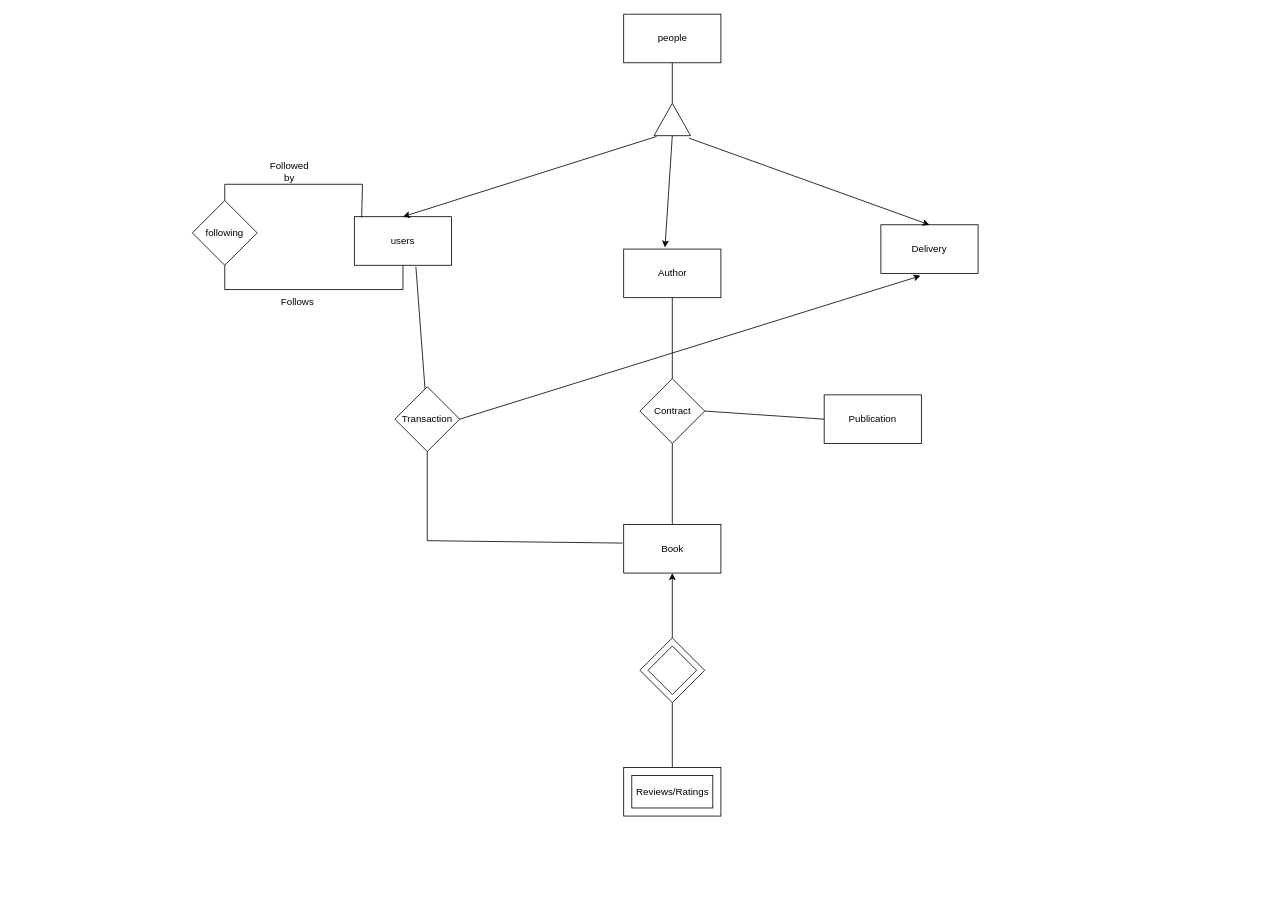
Before: Untitled Diagram.drawio in Asib27/BuyYourBook, a draw.io diagram. Source tidied: cells renumbered, new cells numbered last; positions are measured from the earlier drawing's top-left corner, leaving out a move shared by most shapes. Both pictures are drawn from the tidied source at 81%, with x=0, y=0 at pixel (192, 14).
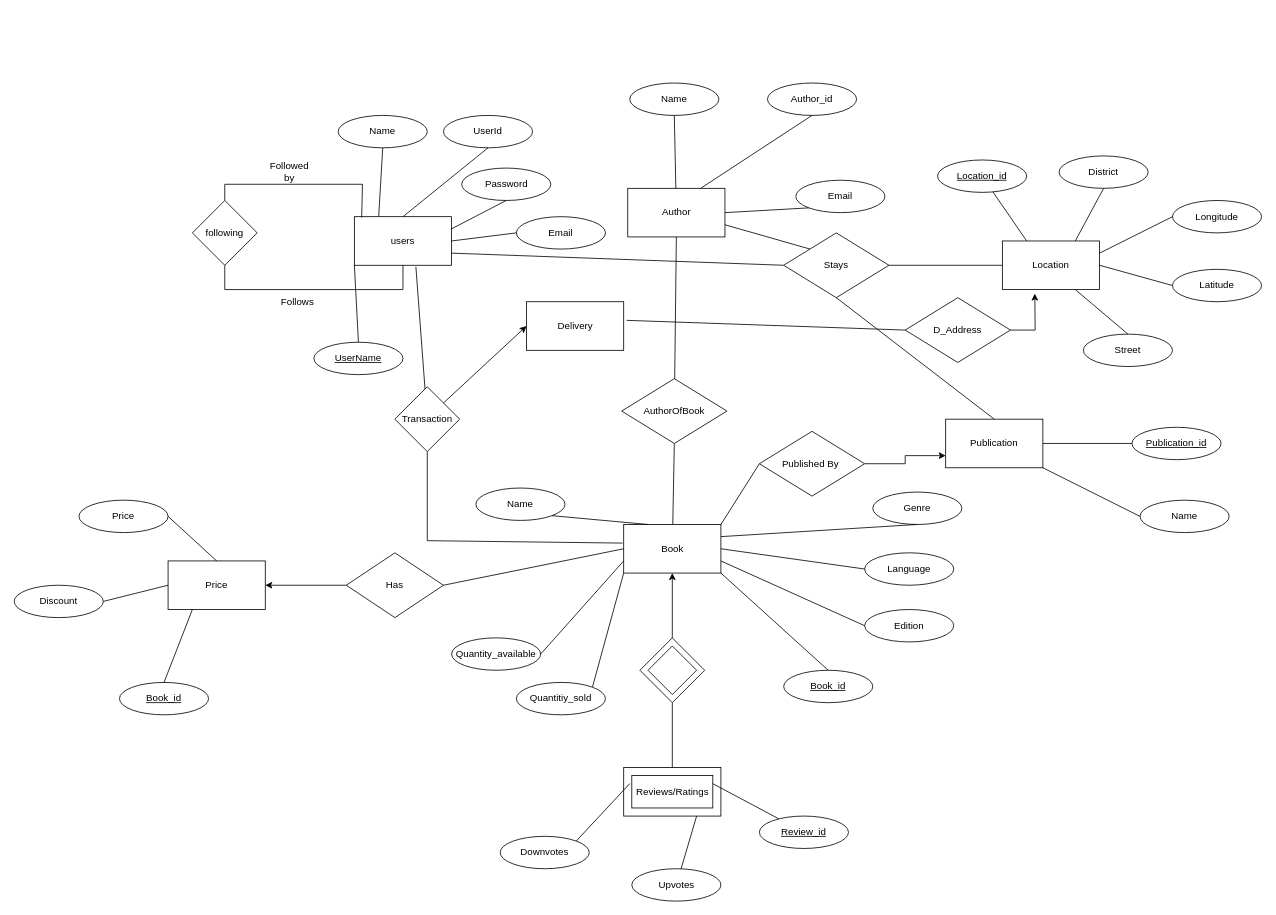
The same page after the edit.

The change refers to these unchanged cells:
```xml
<mxCell id="2" value="Book" style="rounded=0;whiteSpace=wrap;html=1;" parent="1" vertex="1">
  <mxGeometry x="532.5" y="630" width="120" height="60" as="geometry" />
</mxCell>
<mxCell id="6" value="users" style="rounded=0;whiteSpace=wrap;html=1;" parent="1" vertex="1">
  <mxGeometry x="200" y="250" width="120" height="60" as="geometry" />
</mxCell>
<mxCell id="24" value="Transaction" style="rhombus;whiteSpace=wrap;html=1;" parent="1" vertex="1">
  <mxGeometry x="250" y="460" width="80" height="80" as="geometry" />
</mxCell>
<mxCell id="30" style="rounded=0;whiteSpace=wrap;html=1;" parent="29" vertex="1">
  <mxGeometry width="120" height="60" as="geometry" />
</mxCell>
<mxCell id="31" value="Reviews/Ratings" style="rounded=0;whiteSpace=wrap;html=1;" parent="29" vertex="1">
  <mxGeometry x="10" y="10" width="100" height="40" as="geometry" />
</mxCell>
```

Diff of the diagram source:
```diff
@@
     <mxCell id="3" value="Publication" style="rounded=0;whiteSpace=wrap;html=1;" parent="1" vertex="1">
-      <mxGeometry x="780" y="470" width="120" height="60" as="geometry" />
+      <mxGeometry x="930" y="500" width="120" height="60" as="geometry" />
     </mxCell>
-    <mxCell id="4" value="people" style="rounded=0;whiteSpace=wrap;html=1;" parent="1" vertex="1">
-      <mxGeometry x="532.5" width="120" height="60" as="geometry" />
-    </mxCell>
-    <mxCell id="5" style="triangle;whiteSpace=wrap;html=1;direction=north;" parent="1" vertex="1">
-      <mxGeometry x="570" y="110" width="45" height="40" as="geometry" />
-    </mxCell>
@@
     <mxCell id="7" value="Author" style="rounded=0;whiteSpace=wrap;html=1;" parent="1" vertex="1">
-      <mxGeometry x="532.5" y="290" width="120" height="60" as="geometry" />
+      <mxGeometry x="537.5" y="215" width="120" height="60" as="geometry" />
     </mxCell>
     <mxCell id="8" value="Delivery" style="rounded=0;whiteSpace=wrap;html=1;" parent="1" vertex="1">
-      <mxGeometry x="850" y="260" width="120" height="60" as="geometry" />
+      <mxGeometry x="412.5" y="355" width="120" height="60" as="geometry" />
     </mxCell>
-    <mxCell id="9" style="endArrow=none;html=1;rounded=0;entryX=0.5;entryY=1;entryDx=0;entryDy=0;exitX=1;exitY=0.5;exitDx=0;exitDy=0;" parent="1" edge="1" source="5" target="4">
-      <mxGeometry relative="1" as="geometry" />
-    </mxCell>
-    <mxCell id="10" style="endArrow=classic;html=1;rounded=0;exitX=-0.025;exitY=0.067;exitDx=0;exitDy=0;exitPerimeter=0;entryX=0.5;entryY=0;entryDx=0;entryDy=0;" parent="1" edge="1" source="5" target="6">
-      <mxGeometry relative="1" as="geometry" />
-    </mxCell>
-    <mxCell id="11" style="endArrow=classic;html=1;rounded=0;exitX=0;exitY=0.5;exitDx=0;exitDy=0;entryX=0.425;entryY=-0.033;entryDx=0;entryDy=0;entryPerimeter=0;" parent="1" edge="1" source="5" target="7">
-      <mxGeometry relative="1" as="geometry" />
-    </mxCell>
-    <mxCell id="12" style="endArrow=classic;html=1;rounded=0;entryX=0.5;entryY=0;entryDx=0;entryDy=0;exitX=-0.075;exitY=0.956;exitDx=0;exitDy=0;exitPerimeter=0;" parent="1" edge="1" source="5" target="8">
-      <mxGeometry relative="1" as="geometry" />
-    </mxCell>
-    <mxCell id="13" value="Contract" style="rhombus;whiteSpace=wrap;html=1;" parent="1" vertex="1">
-      <mxGeometry x="552.5" y="450" width="80" height="80" as="geometry" />
+    <mxCell id="13" value="AuthorOfBook" style="rhombus;whiteSpace=wrap;html=1;" parent="1" vertex="1">
+      <mxGeometry x="530" y="450" width="130" height="80" as="geometry" />
     </mxCell>
@@
-    <mxCell id="15" style="endArrow=none;html=1;rounded=0;entryX=0;entryY=0.5;entryDx=0;entryDy=0;exitX=1;exitY=0.5;exitDx=0;exitDy=0;" parent="1" edge="1" source="13" target="3">
-      <mxGeometry relative="1" as="geometry" />
-    </mxCell>
@@
-    <mxCell id="28" style="endArrow=classic;html=1;rounded=0;entryX=0.408;entryY=1.05;entryDx=0;entryDy=0;entryPerimeter=0;exitX=1;exitY=0.5;exitDx=0;exitDy=0;" parent="1" edge="1" source="24" target="8">
+    <mxCell id="28" style="endArrow=classic;html=1;rounded=0;entryX=0;entryY=0.5;entryDx=0;entryDy=0;exitX=1;exitY=0;exitDx=0;exitDy=0;" parent="1" edge="1" source="24" target="8">
       <mxGeometry relative="1" as="geometry" />
     </mxCell>
@@
+    <mxCell id="37" value="Name" style="ellipse;whiteSpace=wrap;html=1;" parent="1" vertex="1">
+      <mxGeometry x="1170" y="600" width="110" height="40" as="geometry" />
+    </mxCell>
+    <mxCell id="38" value="&lt;u&gt;Publication_id&lt;/u&gt;" style="ellipse;whiteSpace=wrap;html=1;" parent="1" vertex="1">
+      <mxGeometry x="1160" y="510" width="110" height="40" as="geometry" />
+    </mxCell>
+    <mxCell id="39" value="Genre" style="ellipse;whiteSpace=wrap;html=1;" parent="1" vertex="1">
+      <mxGeometry x="840" y="590" width="110" height="40" as="geometry" />
+    </mxCell>
+    <mxCell id="40" value="Name" style="ellipse;whiteSpace=wrap;html=1;" parent="1" vertex="1">
+      <mxGeometry x="350" y="585" width="110" height="40" as="geometry" />
+    </mxCell>
+    <mxCell id="41" value="Quantitiy_sold" style="ellipse;whiteSpace=wrap;html=1;" parent="1" vertex="1">
+      <mxGeometry x="400" y="825" width="110" height="40" as="geometry" />
+    </mxCell>
+    <mxCell id="42" value="Edition" style="ellipse;whiteSpace=wrap;html=1;" parent="1" vertex="1">
+      <mxGeometry x="830" y="735" width="110" height="40" as="geometry" />
+    </mxCell>
+    <mxCell id="43" value="Quantity_available" style="ellipse;whiteSpace=wrap;html=1;" parent="1" vertex="1">
+      <mxGeometry x="320" y="770" width="110" height="40" as="geometry" />
+    </mxCell>
+    <mxCell id="44" value="Language" style="ellipse;whiteSpace=wrap;html=1;" parent="1" vertex="1">
+      <mxGeometry x="830" y="665" width="110" height="40" as="geometry" />
+    </mxCell>
+    <mxCell id="45" value="&lt;u&gt;Book_id&lt;/u&gt;" style="ellipse;whiteSpace=wrap;html=1;" parent="1" vertex="1">
+      <mxGeometry x="730" y="810" width="110" height="40" as="geometry" />
+    </mxCell>
+    <mxCell id="46" style="endArrow=none;html=1;rounded=0;exitX=1;exitY=1;exitDx=0;exitDy=0;entryX=0;entryY=0.5;entryDx=0;entryDy=0;" parent="1" edge="1" source="3" target="37">
+      <mxGeometry relative="1" as="geometry" />
+    </mxCell>
+    <mxCell id="47" style="endArrow=none;html=1;rounded=0;exitX=1;exitY=0.5;exitDx=0;exitDy=0;entryX=0;entryY=0.5;entryDx=0;entryDy=0;" parent="1" edge="1" source="3" target="38">
+      <mxGeometry relative="1" as="geometry" />
+    </mxCell>
+    <mxCell id="48" style="endArrow=none;html=1;rounded=0;exitX=1;exitY=0.25;exitDx=0;exitDy=0;entryX=0.5;entryY=1;entryDx=0;entryDy=0;" parent="1" edge="1" source="2" target="39">
+      <mxGeometry relative="1" as="geometry" />
+    </mxCell>
+    <mxCell id="49" style="endArrow=none;html=1;rounded=0;entryX=0;entryY=0.5;entryDx=0;entryDy=0;exitX=1;exitY=0.75;exitDx=0;exitDy=0;" parent="1" edge="1" source="2" target="42">
+      <mxGeometry relative="1" as="geometry" />
+    </mxCell>
+    <mxCell id="50" style="endArrow=none;html=1;rounded=0;exitX=1;exitY=0.5;exitDx=0;exitDy=0;entryX=0;entryY=0.5;entryDx=0;entryDy=0;" parent="1" edge="1" source="2" target="44">
+      <mxGeometry relative="1" as="geometry" />
+    </mxCell>
+    <mxCell id="51" style="endArrow=none;html=1;rounded=0;exitX=0.5;exitY=0;exitDx=0;exitDy=0;entryX=1;entryY=1;entryDx=0;entryDy=0;" parent="1" edge="1" source="45" target="2">
+      <mxGeometry relative="1" as="geometry" />
+    </mxCell>
+    <mxCell id="52" style="endArrow=none;html=1;rounded=0;entryX=0.25;entryY=0;entryDx=0;entryDy=0;exitX=1;exitY=1;exitDx=0;exitDy=0;" parent="1" edge="1" source="40" target="2">
+      <mxGeometry relative="1" as="geometry" />
+    </mxCell>
+    <mxCell id="53" style="endArrow=none;html=1;rounded=0;entryX=0;entryY=1;entryDx=0;entryDy=0;exitX=1;exitY=0;exitDx=0;exitDy=0;" parent="1" edge="1" source="41" target="2">
+      <mxGeometry relative="1" as="geometry" />
+    </mxCell>
+    <mxCell id="54" style="endArrow=none;html=1;rounded=0;exitX=1;exitY=0.5;exitDx=0;exitDy=0;entryX=0;entryY=0.75;entryDx=0;entryDy=0;" parent="1" edge="1" source="43" target="2">
+      <mxGeometry relative="1" as="geometry" />
+    </mxCell>
+    <mxCell id="55" value="Email" style="ellipse;whiteSpace=wrap;html=1;" parent="1" vertex="1">
+      <mxGeometry x="745" y="205" width="110" height="40" as="geometry" />
+    </mxCell>
+    <mxCell id="56" value="Email" style="ellipse;whiteSpace=wrap;html=1;" parent="1" vertex="1">
+      <mxGeometry x="400" y="250" width="110" height="40" as="geometry" />
+    </mxCell>
+    <mxCell id="57" value="Name" style="ellipse;whiteSpace=wrap;html=1;" parent="1" vertex="1">
+      <mxGeometry x="540" y="85" width="110" height="40" as="geometry" />
+    </mxCell>
+    <mxCell id="58" value="Author_id" style="ellipse;whiteSpace=wrap;html=1;" parent="1" vertex="1">
+      <mxGeometry x="710" y="85" width="110" height="40" as="geometry" />
+    </mxCell>
+    <mxCell id="59" value="&lt;u&gt;UserName&lt;/u&gt;" style="ellipse;whiteSpace=wrap;html=1;" parent="1" vertex="1">
+      <mxGeometry x="150" y="405" width="110" height="40" as="geometry" />
+    </mxCell>
+    <mxCell id="60" value="Password" style="ellipse;whiteSpace=wrap;html=1;" parent="1" vertex="1">
+      <mxGeometry x="332.5" y="190" width="110" height="40" as="geometry" />
+    </mxCell>
+    <mxCell id="61" value="Name" style="ellipse;whiteSpace=wrap;html=1;" parent="1" vertex="1">
+      <mxGeometry x="180" y="125" width="110" height="40" as="geometry" />
+    </mxCell>
+    <mxCell id="62" value="UserId" style="ellipse;whiteSpace=wrap;html=1;" parent="1" vertex="1">
+      <mxGeometry x="310" y="125" width="110" height="40" as="geometry" />
+    </mxCell>
+    <mxCell id="63" style="endArrow=none;html=1;rounded=0;exitX=0.5;exitY=0;exitDx=0;exitDy=0;entryX=0;entryY=1;entryDx=0;entryDy=0;" parent="1" edge="1" source="59" target="6">
+      <mxGeometry relative="1" as="geometry" />
+    </mxCell>
+    <mxCell id="64" style="endArrow=none;html=1;rounded=0;exitX=1;exitY=0.25;exitDx=0;exitDy=0;entryX=0.5;entryY=1;entryDx=0;entryDy=0;" parent="1" edge="1" source="6" target="60">
+      <mxGeometry relative="1" as="geometry" />
+    </mxCell>
+    <mxCell id="65" style="endArrow=none;html=1;rounded=0;exitX=1;exitY=0.5;exitDx=0;exitDy=0;entryX=0;entryY=0.5;entryDx=0;entryDy=0;" parent="1" edge="1" source="6" target="56">
+      <mxGeometry relative="1" as="geometry" />
+    </mxCell>
+    <mxCell id="66" style="endArrow=none;html=1;rounded=0;exitX=0.5;exitY=0;exitDx=0;exitDy=0;entryX=0.5;entryY=1;entryDx=0;entryDy=0;" parent="1" edge="1" source="6" target="62">
+      <mxGeometry relative="1" as="geometry" />
+    </mxCell>
+    <mxCell id="67" style="endArrow=none;html=1;rounded=0;exitX=0.5;exitY=1;exitDx=0;exitDy=0;entryX=0.25;entryY=0;entryDx=0;entryDy=0;" parent="1" edge="1" source="61" target="6">
+      <mxGeometry relative="1" as="geometry" />
+    </mxCell>
+    <mxCell id="68" style="endArrow=none;html=1;rounded=0;exitX=0.75;exitY=0;exitDx=0;exitDy=0;entryX=0.5;entryY=1;entryDx=0;entryDy=0;" parent="1" edge="1" source="7" target="58">
+      <mxGeometry relative="1" as="geometry" />
+    </mxCell>
+    <mxCell id="69" style="endArrow=none;html=1;rounded=0;exitX=1;exitY=0.5;exitDx=0;exitDy=0;entryX=0;entryY=1;entryDx=0;entryDy=0;" parent="1" edge="1" source="7" target="55">
+      <mxGeometry relative="1" as="geometry" />
+    </mxCell>
+    <mxCell id="70" style="endArrow=none;html=1;rounded=0;entryX=0.5;entryY=1;entryDx=0;entryDy=0;" parent="1" edge="1" source="7" target="57">
+      <mxGeometry relative="1" as="geometry" />
+    </mxCell>
+    <mxCell id="71" value="Location" style="rounded=0;whiteSpace=wrap;html=1;" parent="1" vertex="1">
+      <mxGeometry x="1000" y="280" width="120" height="60" as="geometry" />
+    </mxCell>
+    <mxCell id="72" value="Street" style="ellipse;whiteSpace=wrap;html=1;" parent="1" vertex="1">
+      <mxGeometry x="1100" y="395" width="110" height="40" as="geometry" />
+    </mxCell>
+    <mxCell id="73" value="Latitude" style="ellipse;whiteSpace=wrap;html=1;" parent="1" vertex="1">
+      <mxGeometry x="1210" y="315" width="110" height="40" as="geometry" />
+    </mxCell>
+    <mxCell id="74" value="Longitude" style="ellipse;whiteSpace=wrap;html=1;" parent="1" vertex="1">
+      <mxGeometry x="1210" y="230" width="110" height="40" as="geometry" />
+    </mxCell>
+    <mxCell id="75" value="District" style="ellipse;whiteSpace=wrap;html=1;" parent="1" vertex="1">
+      <mxGeometry x="1070" y="175" width="110" height="40" as="geometry" />
+    </mxCell>
+    <mxCell id="76" value="&lt;u&gt;Location_id&lt;/u&gt;" style="ellipse;whiteSpace=wrap;html=1;" parent="1" vertex="1">
+      <mxGeometry x="920" y="180" width="110" height="40" as="geometry" />
+    </mxCell>
+    <mxCell id="77" style="endArrow=none;html=1;rounded=0;exitX=0.75;exitY=0;exitDx=0;exitDy=0;entryX=0.5;entryY=1;entryDx=0;entryDy=0;" parent="1" edge="1" source="71" target="75">
+      <mxGeometry relative="1" as="geometry" />
+    </mxCell>
+    <mxCell id="78" style="endArrow=none;html=1;rounded=0;exitX=1;exitY=0.25;exitDx=0;exitDy=0;entryX=0;entryY=0.5;entryDx=0;entryDy=0;" parent="1" edge="1" source="71" target="74">
+      <mxGeometry relative="1" as="geometry" />
+    </mxCell>
+    <mxCell id="79" style="endArrow=none;html=1;rounded=0;exitX=1;exitY=0.5;exitDx=0;exitDy=0;entryX=0;entryY=0.5;entryDx=0;entryDy=0;" parent="1" edge="1" source="71" target="73">
+      <mxGeometry relative="1" as="geometry" />
+    </mxCell>
+    <mxCell id="80" style="endArrow=none;html=1;rounded=0;exitX=0.75;exitY=1;exitDx=0;exitDy=0;entryX=0.5;entryY=0;entryDx=0;entryDy=0;" parent="1" edge="1" source="71" target="72">
+      <mxGeometry relative="1" as="geometry" />
+    </mxCell>
+    <mxCell id="81" style="endArrow=none;html=1;rounded=0;entryX=0.25;entryY=0;entryDx=0;entryDy=0;" parent="1" edge="1" source="76" target="71">
+      <mxGeometry relative="1" as="geometry" />
+    </mxCell>
+    <mxCell id="82" value="&lt;u&gt;Review_id&lt;/u&gt;" style="ellipse;whiteSpace=wrap;html=1;" parent="1" vertex="1">
+      <mxGeometry x="700" y="990" width="110" height="40" as="geometry" />
+    </mxCell>
+    <mxCell id="83" value="Downvotes" style="ellipse;whiteSpace=wrap;html=1;" parent="1" vertex="1">
+      <mxGeometry x="380" y="1015" width="110" height="40" as="geometry" />
+    </mxCell>
+    <mxCell id="84" value="Upvotes" style="ellipse;whiteSpace=wrap;html=1;" parent="1" vertex="1">
+      <mxGeometry x="542.5" y="1055" width="110" height="40" as="geometry" />
+    </mxCell>
+    <mxCell id="85" style="edgeStyle=orthogonalEdgeStyle;rounded=0;jettySize=auto;html=1;exitX=0;exitY=0.5;exitDx=0;exitDy=0;entryX=0;entryY=0.75;entryDx=0;entryDy=0;" parent="1" edge="1" source="86" target="3">
+      <mxGeometry relative="1" as="geometry" />
+    </mxCell>
+    <mxCell id="86" value="Published By&amp;nbsp;" style="rhombus;whiteSpace=wrap;html=1;direction=west;" parent="1" vertex="1">
+      <mxGeometry x="700" y="515" width="130" height="80" as="geometry" />
+    </mxCell>
+    <mxCell id="87" style="endArrow=none;html=1;rounded=0;entryX=1;entryY=0.5;entryDx=0;entryDy=0;exitX=1;exitY=0;exitDx=0;exitDy=0;" parent="1" edge="1" source="2" target="86">
+      <mxGeometry relative="1" as="geometry" />
+    </mxCell>
+    <mxCell id="88" style="endArrow=none;html=1;rounded=0;entryX=1;entryY=0.25;entryDx=0;entryDy=0;" parent="1" edge="1" source="82" target="31">
+      <mxGeometry relative="1" as="geometry" />
+    </mxCell>
+    <mxCell id="89" style="endArrow=none;html=1;rounded=0;entryX=0.75;entryY=1;entryDx=0;entryDy=0;" parent="1" edge="1" source="84" target="30">
+      <mxGeometry relative="1" as="geometry" />
+    </mxCell>
+    <mxCell id="90" style="endArrow=none;html=1;rounded=0;entryX=0.063;entryY=0.331;entryDx=0;entryDy=0;entryPerimeter=0;exitX=1;exitY=0;exitDx=0;exitDy=0;" parent="1" edge="1" source="83" target="30">
+      <mxGeometry relative="1" as="geometry" />
+    </mxCell>
+    <mxCell id="91" value="Price" style="rounded=0;whiteSpace=wrap;html=1;" parent="1" vertex="1">
+      <mxGeometry x="-30" y="675" width="120" height="60" as="geometry" />
+    </mxCell>
+    <mxCell id="92" style="edgeStyle=orthogonalEdgeStyle;rounded=0;jettySize=auto;html=1;entryX=1;entryY=0.5;entryDx=0;entryDy=0;" parent="1" edge="1" source="93" target="91">
+      <mxGeometry relative="1" as="geometry" />
+    </mxCell>
+    <mxCell id="93" value="Has" style="rhombus;whiteSpace=wrap;html=1;direction=west;" parent="1" vertex="1">
+      <mxGeometry x="190" y="665" width="120" height="80" as="geometry" />
+    </mxCell>
+    <mxCell id="94" style="endArrow=none;html=1;rounded=0;entryX=0;entryY=0.5;entryDx=0;entryDy=0;exitX=0;exitY=0.5;exitDx=0;exitDy=0;" parent="1" edge="1" source="93" target="2">
+      <mxGeometry relative="1" as="geometry" />
+    </mxCell>
+    <mxCell id="95" value="&lt;u&gt;Book_id&lt;/u&gt;" style="ellipse;whiteSpace=wrap;html=1;" parent="1" vertex="1">
+      <mxGeometry x="-90" y="825" width="110" height="40" as="geometry" />
+    </mxCell>
+    <mxCell id="96" value="Price" style="ellipse;whiteSpace=wrap;html=1;" parent="1" vertex="1">
+      <mxGeometry x="-140" y="600" width="110" height="40" as="geometry" />
+    </mxCell>
+    <mxCell id="97" value="Discount" style="ellipse;whiteSpace=wrap;html=1;" parent="1" vertex="1">
+      <mxGeometry x="-220" y="705" width="110" height="40" as="geometry" />
+    </mxCell>
+    <mxCell id="98" style="endArrow=none;html=1;rounded=0;entryX=0.5;entryY=0;entryDx=0;entryDy=0;exitX=1;exitY=0.5;exitDx=0;exitDy=0;" parent="1" edge="1" source="96" target="91">
+      <mxGeometry relative="1" as="geometry" />
+    </mxCell>
+    <mxCell id="99" style="endArrow=none;html=1;rounded=0;entryX=0;entryY=0.5;entryDx=0;entryDy=0;exitX=1;exitY=0.5;exitDx=0;exitDy=0;exitPerimeter=0;" parent="1" edge="1" source="97" target="91">
+      <mxGeometry relative="1" as="geometry" />
+    </mxCell>
+    <mxCell id="100" style="endArrow=none;html=1;rounded=0;entryX=0.5;entryY=0;entryDx=0;entryDy=0;exitX=0.25;exitY=1;exitDx=0;exitDy=0;" parent="1" edge="1" source="91" target="95">
+      <mxGeometry relative="1" as="geometry" />
+    </mxCell>
+    <mxCell id="101" style="edgeStyle=orthogonalEdgeStyle;rounded=0;orthogonalLoop=1;jettySize=auto;html=1;exitX=1;exitY=0.5;exitDx=0;exitDy=0;entryX=1;entryY=0.5;entryDx=0;entryDy=0;" parent="1" edge="1" source="102" target="102">
+      <mxGeometry relative="1" as="geometry" />
+    </mxCell>
+    <mxCell id="102" value="Stays" style="rhombus;whiteSpace=wrap;html=1;" parent="1" vertex="1">
+      <mxGeometry x="730" y="270" width="130" height="80" as="geometry" />
+    </mxCell>
+    <mxCell id="103" style="endArrow=none;html=1;rounded=0;entryX=0;entryY=0.5;entryDx=0;entryDy=0;exitX=1;exitY=0.75;exitDx=0;exitDy=0;" parent="1" edge="1" source="6" target="102">
+      <mxGeometry relative="1" as="geometry" />
+    </mxCell>
+    <mxCell id="104" style="endArrow=none;html=1;rounded=0;entryX=0;entryY=0;entryDx=0;entryDy=0;exitX=1;exitY=0.75;exitDx=0;exitDy=0;" parent="1" edge="1" source="7" target="102">
+      <mxGeometry relative="1" as="geometry" />
+    </mxCell>
+    <mxCell id="105" style="endArrow=none;html=1;rounded=0;entryX=0;entryY=0.5;entryDx=0;entryDy=0;exitX=1;exitY=0.5;exitDx=0;exitDy=0;" parent="1" edge="1" source="102" target="71">
+      <mxGeometry relative="1" as="geometry" />
+    </mxCell>
+    <mxCell id="106" style="endArrow=none;html=1;rounded=0;entryX=0.5;entryY=0;entryDx=0;entryDy=0;exitX=0.5;exitY=1;exitDx=0;exitDy=0;" parent="1" edge="1" source="102" target="3">
+      <mxGeometry relative="1" as="geometry" />
+    </mxCell>
+    <mxCell id="107" style="edgeStyle=orthogonalEdgeStyle;rounded=0;jettySize=auto;html=1;exitX=0;exitY=0.5;exitDx=0;exitDy=0;" parent="1" edge="1" source="108">
+      <mxGeometry relative="1" as="geometry">
+        <mxPoint x="1040" y="345" as="targetPoint" />
+      </mxGeometry>
+    </mxCell>
+    <mxCell id="108" value="D_Address" style="rhombus;whiteSpace=wrap;html=1;direction=west;" parent="1" vertex="1">
+      <mxGeometry x="880" y="350" width="130" height="80" as="geometry" />
+    </mxCell>
+    <mxCell id="109" style="endArrow=none;html=1;rounded=0;entryX=1;entryY=0.5;entryDx=0;entryDy=0;exitX=1.03;exitY=0.383;exitDx=0;exitDy=0;exitPerimeter=0;" parent="1" edge="1" source="8" target="108">
+      <mxGeometry relative="1" as="geometry" />
+    </mxCell>
+    <mxCell id="110" style="edgeStyle=orthogonalEdgeStyle;rounded=0;orthogonalLoop=1;jettySize=auto;html=1;exitX=0.5;exitY=1;exitDx=0;exitDy=0;" parent="1" edge="1" source="37" target="37">
+      <mxGeometry relative="1" as="geometry" />
+    </mxCell>
```
